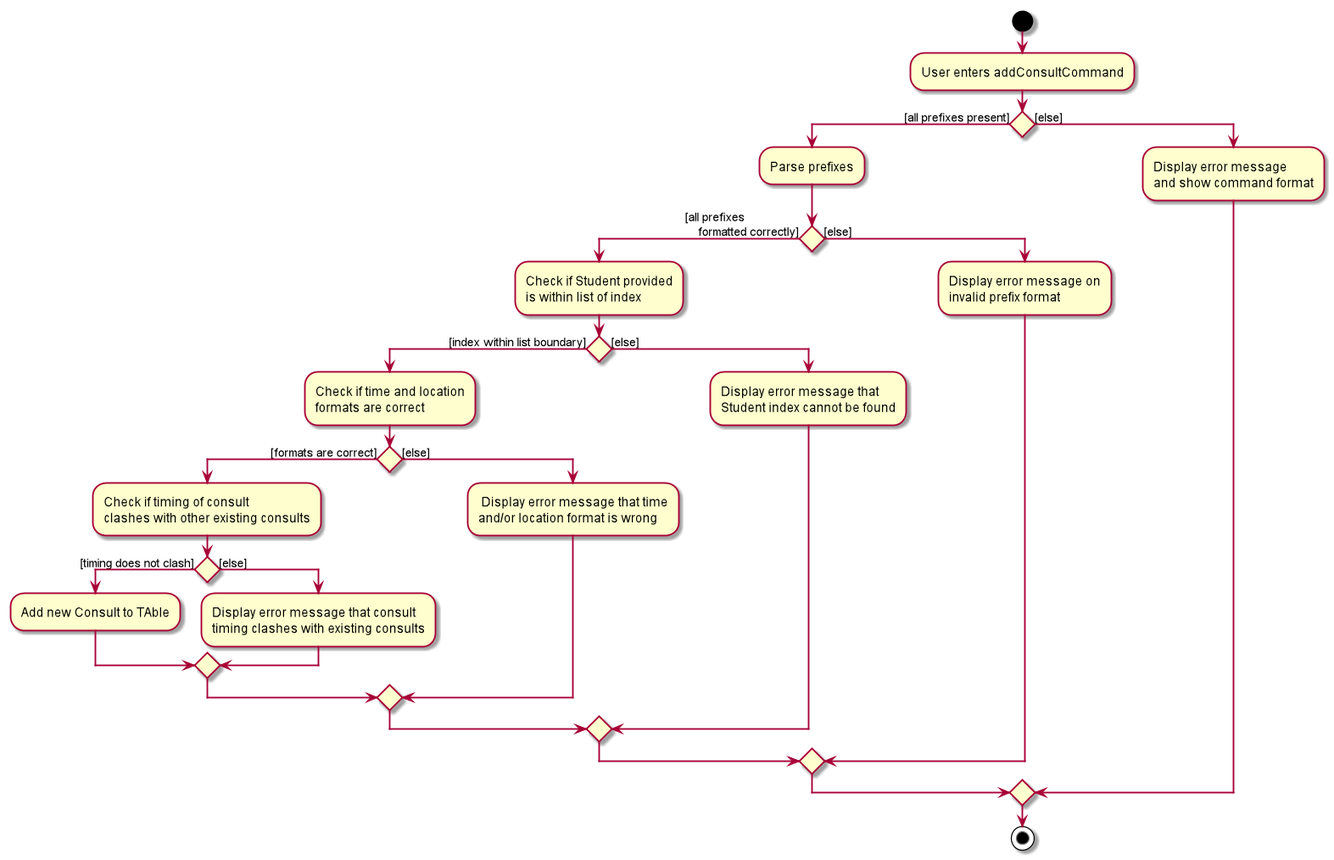
Earlier version of the PlantUML export images/AddConsultActivityDiagram.png (AY1920-CS2103-W15-3/addressbook-level3).
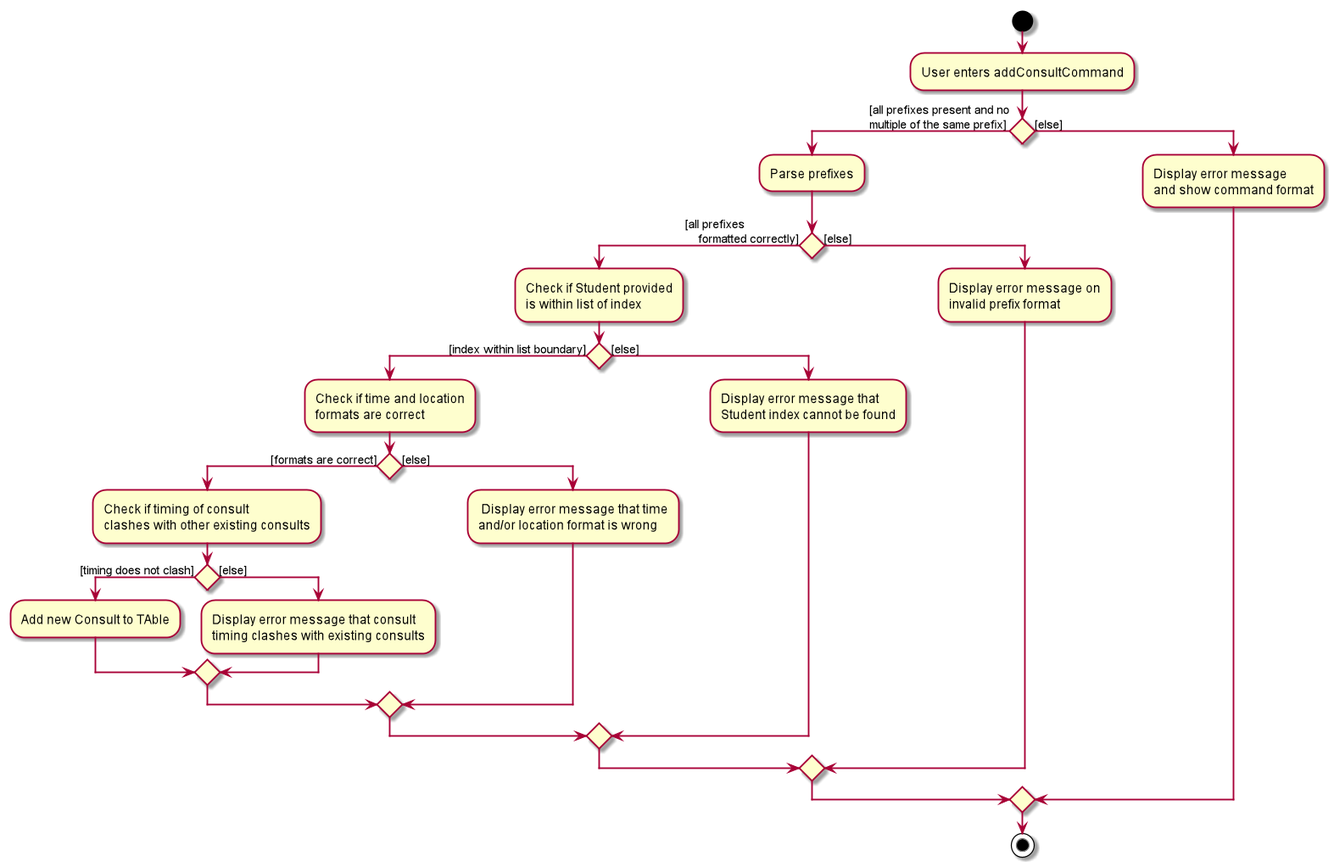
After the change.

The edit, as a diff of the source:
```diff
@@ -2,7 +2,8 @@
 start
 :User enters addConsultCommand;
 
-if () then ([all prefixes present])
+if () then ([all prefixes present and no
+multiple of the same prefix])
     :Parse prefixes;
     if () then ([all prefixes
     formatted correctly])
```
